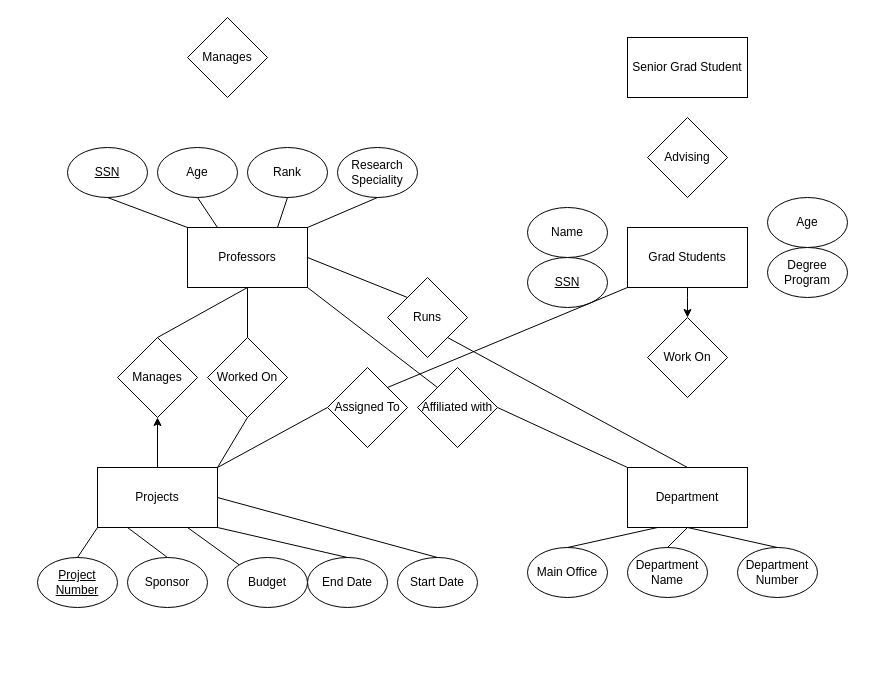
This is homework1.drawio from Swoopi/2022_0s_211, a draw.io file, before an edit. Source tidied: cells renumbered, new cells numbered last; positions are measured from the earlier drawing's top-left corner, leaving out a move shared by most shapes. Both pictures are drawn from the tidied source at 100%, with x=0, y=0 at pixel (37, 17).
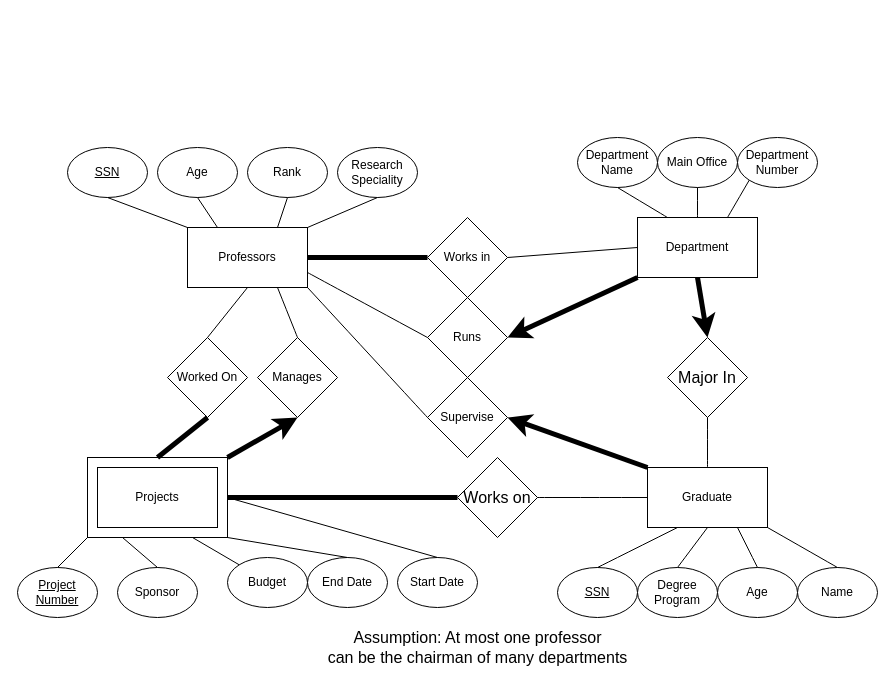
The same diagram, later.

Unchanged cells that the change refers to:
```xml
<mxCell id="2" value="Professors" style="rounded=0;whiteSpace=wrap;html=1;" parent="1" vertex="1">
  <mxGeometry x="150" y="210" width="120" height="60" as="geometry" />
</mxCell>
<mxCell id="3" value="Projects" style="rounded=0;whiteSpace=wrap;html=1;" parent="1" vertex="1">
  <mxGeometry x="60" y="450" width="120" height="60" as="geometry" />
</mxCell>
<mxCell id="20" value="End&amp;nbsp;Date" style="ellipse;whiteSpace=wrap;html=1;" parent="1" vertex="1">
  <mxGeometry x="270" y="540" width="80" height="50" as="geometry" />
</mxCell>
<mxCell id="21" value="Budget" style="ellipse;whiteSpace=wrap;html=1;" parent="1" vertex="1">
  <mxGeometry x="190" y="540" width="80" height="50" as="geometry" />
</mxCell>
<mxCell id="22" value="Start&amp;nbsp;Date" style="ellipse;whiteSpace=wrap;html=1;" parent="1" vertex="1">
  <mxGeometry x="360" y="540" width="80" height="50" as="geometry" />
</mxCell>
```

Diff of the diagram source:
```diff
@@
-    <mxCell id="4" value="Grad Students" style="rounded=0;whiteSpace=wrap;html=1;" parent="1" vertex="1">
-      <mxGeometry x="590" y="210" width="120" height="60" as="geometry" />
-    </mxCell>
-    <mxCell id="5" value="Department" style="rounded=0;whiteSpace=wrap;html=1;" parent="1" vertex="1">
-      <mxGeometry x="590" y="450" width="120" height="60" as="geometry" />
-    </mxCell>
@@
     <mxCell id="14" value="&lt;u&gt;Project Number&lt;/u&gt;" style="ellipse;whiteSpace=wrap;html=1;" parent="1" vertex="1">
-      <mxGeometry y="540" width="80" height="50" as="geometry" />
+      <mxGeometry x="-20" y="550" width="80" height="50" as="geometry" />
     </mxCell>
     <mxCell id="15" value="&lt;u&gt;SSN&lt;/u&gt;" style="ellipse;whiteSpace=wrap;html=1;" parent="1" vertex="1">
-      <mxGeometry x="490" y="240" width="80" height="50" as="geometry" />
+      <mxGeometry x="520" y="550" width="80" height="50" as="geometry" />
     </mxCell>
-    <mxCell id="16" value="Name" style="ellipse;whiteSpace=wrap;html=1;" parent="1" vertex="1">
-      <mxGeometry x="490" y="190" width="80" height="50" as="geometry" />
-    </mxCell>
-    <mxCell id="17" value="Age" style="ellipse;whiteSpace=wrap;html=1;" parent="1" vertex="1">
-      <mxGeometry x="730" y="180" width="80" height="50" as="geometry" />
-    </mxCell>
-    <mxCell id="18" value="Degree Program" style="ellipse;whiteSpace=wrap;html=1;" parent="1" vertex="1">
-      <mxGeometry x="730" y="230" width="80" height="50" as="geometry" />
-    </mxCell>
     <mxCell id="19" value="Sponsor" style="ellipse;whiteSpace=wrap;html=1;" parent="1" vertex="1">
-      <mxGeometry x="90" y="540" width="80" height="50" as="geometry" />
+      <mxGeometry x="80" y="550" width="80" height="50" as="geometry" />
     </mxCell>
@@
     <mxCell id="23" value="Department Number" style="ellipse;whiteSpace=wrap;html=1;" parent="1" vertex="1">
-      <mxGeometry x="700" y="530" width="80" height="50" as="geometry" />
+      <mxGeometry x="700" y="120" width="80" height="50" as="geometry" />
     </mxCell>
     <mxCell id="24" value="Department Name" style="ellipse;whiteSpace=wrap;html=1;" parent="1" vertex="1">
-      <mxGeometry x="590" y="530" width="80" height="50" as="geometry" />
+      <mxGeometry x="540" y="120" width="80" height="50" as="geometry" />
     </mxCell>
     <mxCell id="25" value="Main Office" style="ellipse;whiteSpace=wrap;html=1;" parent="1" vertex="1">
-      <mxGeometry x="490" y="530" width="80" height="50" as="geometry" />
+      <mxGeometry x="620" y="120" width="80" height="50" as="geometry" />
     </mxCell>
-    <mxCell id="26" style="endArrow=none;html=1;rounded=0;entryX=0;entryY=1;entryDx=0;entryDy=0;exitX=0.5;exitY=0;exitDx=0;exitDy=0;" parent="1" edge="1" source="14" target="3">
+    <mxCell id="26" style="endArrow=none;html=1;rounded=0;entryX=0;entryY=1;entryDx=0;entryDy=0;exitX=0.5;exitY=0;exitDx=0;exitDy=0;" parent="1" edge="1" source="14" target="55">
       <mxGeometry relative="1" as="geometry" />
     </mxCell>
-    <mxCell id="27" style="endArrow=none;html=1;rounded=0;entryX=0.25;entryY=1;entryDx=0;entryDy=0;exitX=0.5;exitY=0;exitDx=0;exitDy=0;" parent="1" edge="1" source="19" target="3">
+    <mxCell id="27" style="endArrow=none;html=1;rounded=0;entryX=0.25;entryY=1;entryDx=0;entryDy=0;exitX=0.5;exitY=0;exitDx=0;exitDy=0;" parent="1" edge="1" source="19" target="55">
       <mxGeometry relative="1" as="geometry" />
     </mxCell>
-    <mxCell id="28" style="endArrow=none;html=1;rounded=0;entryX=0.75;entryY=1;entryDx=0;entryDy=0;exitX=0;exitY=0;exitDx=0;exitDy=0;" parent="1" edge="1" source="21" target="3">
+    <mxCell id="28" style="endArrow=none;html=1;rounded=0;entryX=0.75;entryY=1;entryDx=0;entryDy=0;exitX=0;exitY=0;exitDx=0;exitDy=0;" parent="1" edge="1" source="21" target="55">
       <mxGeometry relative="1" as="geometry" />
     </mxCell>
-    <mxCell id="29" style="endArrow=none;html=1;rounded=0;entryX=1;entryY=1;entryDx=0;entryDy=0;exitX=0.5;exitY=0;exitDx=0;exitDy=0;" parent="1" edge="1" source="20" target="3">
+    <mxCell id="29" style="endArrow=none;html=1;rounded=0;entryX=1;entryY=1;entryDx=0;entryDy=0;exitX=0.5;exitY=0;exitDx=0;exitDy=0;" parent="1" edge="1" source="20" target="55">
       <mxGeometry relative="1" as="geometry" />
     </mxCell>
-    <mxCell id="30" style="endArrow=none;html=1;rounded=0;entryX=1;entryY=0.5;entryDx=0;entryDy=0;exitX=0.5;exitY=0;exitDx=0;exitDy=0;" parent="1" edge="1" source="22" target="3">
+    <mxCell id="30" style="endArrow=none;html=1;rounded=0;entryX=1;entryY=0.5;entryDx=0;entryDy=0;exitX=0.5;exitY=0;exitDx=0;exitDy=0;" parent="1" edge="1" source="22" target="55">
       <mxGeometry relative="1" as="geometry" />
     </mxCell>
-    <mxCell id="31" style="endArrow=none;html=1;rounded=0;exitX=0.5;exitY=0;exitDx=0;exitDy=0;" parent="1" edge="1" source="25">
-      <mxGeometry relative="1" as="geometry">
-        <mxPoint x="620" y="510" as="targetPoint" />
-      </mxGeometry>
-    </mxCell>
-    <mxCell id="32" style="endArrow=none;html=1;rounded=0;exitX=0.5;exitY=0;exitDx=0;exitDy=0;entryX=0.5;entryY=1;entryDx=0;entryDy=0;" parent="1" edge="1" source="24" target="5">
-      <mxGeometry relative="1" as="geometry" />
-    </mxCell>
-    <mxCell id="33" style="endArrow=none;html=1;rounded=0;entryX=0.5;entryY=1;entryDx=0;entryDy=0;exitX=0.5;exitY=0;exitDx=0;exitDy=0;" parent="1" edge="1" source="23" target="5">
-      <mxGeometry relative="1" as="geometry" />
-    </mxCell>
-    <mxCell id="34" value="Manages" style="rhombus;whiteSpace=wrap;html=1;" parent="1" vertex="1">
-      <mxGeometry x="80" y="320" width="80" height="80" as="geometry" />
+    <mxCell id="34" value="Supervise" style="rhombus;whiteSpace=wrap;html=1;" parent="1" vertex="1">
+      <mxGeometry x="390" y="360" width="80" height="80" as="geometry" />
     </mxCell>
-    <mxCell id="35" style="endArrow=classic;html=1;rounded=0;exitX=0.5;exitY=0;exitDx=0;exitDy=0;" parent="1" edge="1" source="3">
-      <mxGeometry relative="1" as="geometry">
-        <mxPoint x="120" y="400" as="targetPoint" />
-      </mxGeometry>
-    </mxCell>
-    <mxCell id="36" style="endArrow=none;html=1;rounded=0;entryX=0.5;entryY=1;entryDx=0;entryDy=0;exitX=0.5;exitY=0;exitDx=0;exitDy=0;" parent="1" edge="1" source="34" target="2">
-      <mxGeometry relative="1" as="geometry" />
-    </mxCell>
     <mxCell id="37" value="Worked On" style="rhombus;whiteSpace=wrap;html=1;" parent="1" vertex="1">
-      <mxGeometry x="170" y="320" width="80" height="80" as="geometry" />
+      <mxGeometry x="130" y="320" width="80" height="80" as="geometry" />
     </mxCell>
@@
-    <mxCell id="39" style="endArrow=none;html=1;rounded=0;entryX=0.5;entryY=1;entryDx=0;entryDy=0;" parent="1" edge="1" target="37">
-      <mxGeometry relative="1" as="geometry">
-        <mxPoint x="180" y="450" as="sourcePoint" />
-      </mxGeometry>
+    <mxCell id="39" style="endArrow=none;html=1;rounded=0;entryX=0.5;entryY=1;entryDx=0;entryDy=0;exitX=0.5;exitY=0;exitDx=0;exitDy=0;strokeWidth=5;" parent="1" edge="1" source="55" target="37">
+      <mxGeometry relative="1" as="geometry" />
     </mxCell>
-    <mxCell id="40" value="Work On" style="rhombus;whiteSpace=wrap;html=1;" parent="1" vertex="1">
-      <mxGeometry x="610" y="300" width="80" height="80" as="geometry" />
-    </mxCell>
-    <mxCell id="41" style="endArrow=none;html=1;rounded=0;entryX=1;entryY=1;entryDx=0;entryDy=0;exitX=0.5;exitY=0;exitDx=0;exitDy=0;" parent="1" edge="1" source="5" target="50">
-      <mxGeometry relative="1" as="geometry" />
-    </mxCell>
-    <mxCell id="42" style="endArrow=classic;html=1;rounded=0;entryX=0.5;entryY=0;entryDx=0;entryDy=0;exitX=0.5;exitY=1;exitDx=0;exitDy=0;" parent="1" edge="1" source="4" target="40">
-      <mxGeometry relative="1" as="geometry">
-        <Array as="points">
-          <mxPoint x="650" y="280" />
-        </Array>
-      </mxGeometry>
-    </mxCell>
-    <mxCell id="43" value="Senior Grad Student" style="rounded=0;whiteSpace=wrap;html=1;" parent="1" vertex="1">
-      <mxGeometry x="590" y="20" width="120" height="60" as="geometry" />
-    </mxCell>
-    <mxCell id="44" value="Advising" style="rhombus;whiteSpace=wrap;html=1;" parent="1" vertex="1">
-      <mxGeometry x="610" y="100" width="80" height="80" as="geometry" />
-    </mxCell>
-    <mxCell id="45" value="Affiliated with" style="rhombus;whiteSpace=wrap;html=1;" parent="1" vertex="1">
-      <mxGeometry x="380" y="350" width="80" height="80" as="geometry" />
+    <mxCell id="45" value="Runs" style="rhombus;whiteSpace=wrap;html=1;" parent="1" vertex="1">
+      <mxGeometry x="390" y="280" width="80" height="80" as="geometry" />
     </mxCell>
-    <mxCell id="46" style="endArrow=none;html=1;rounded=0;entryX=0;entryY=1;entryDx=0;entryDy=0;exitX=1;exitY=0;exitDx=0;exitDy=0;" parent="1" edge="1" source="48" target="4">
-      <mxGeometry relative="1" as="geometry" />
-    </mxCell>
-    <mxCell id="47" style="endArrow=none;html=1;rounded=0;entryX=1;entryY=0;entryDx=0;entryDy=0;exitX=0;exitY=0.5;exitDx=0;exitDy=0;" parent="1" edge="1" source="48" target="3">
-      <mxGeometry relative="1" as="geometry" />
-    </mxCell>
-    <mxCell id="48" value="Assigned To" style="rhombus;whiteSpace=wrap;html=1;" parent="1" vertex="1">
-      <mxGeometry x="290" y="350" width="80" height="80" as="geometry" />
+    <mxCell id="48" value="Manages" style="rhombus;whiteSpace=wrap;html=1;" parent="1" vertex="1">
+      <mxGeometry x="220" y="320" width="80" height="80" as="geometry" />
     </mxCell>
-    <mxCell id="49" value="Manages" style="rhombus;whiteSpace=wrap;html=1;" parent="1" vertex="1">
-      <mxGeometry x="150" width="80" height="80" as="geometry" />
-    </mxCell>
-    <mxCell id="50" value="Runs" style="rhombus;whiteSpace=wrap;html=1;" parent="1" vertex="1">
-      <mxGeometry x="350" y="260" width="80" height="80" as="geometry" />
+    <mxCell id="50" value="Works in" style="rhombus;whiteSpace=wrap;html=1;" parent="1" vertex="1">
+      <mxGeometry x="390" y="200" width="80" height="80" as="geometry" />
     </mxCell>
-    <mxCell id="51" style="endArrow=none;html=1;rounded=0;entryX=0;entryY=0;entryDx=0;entryDy=0;exitX=1;exitY=0.5;exitDx=0;exitDy=0;" parent="1" edge="1" source="2" target="50">
+    <mxCell id="51" style="endArrow=none;html=1;rounded=0;entryX=0;entryY=0.5;entryDx=0;entryDy=0;exitX=1;exitY=0.5;exitDx=0;exitDy=0;strokeWidth=5;" parent="1" edge="1" source="2" target="50">
       <mxGeometry relative="1" as="geometry" />
     </mxCell>
+    <mxCell id="5" value="Department" style="rounded=0;whiteSpace=wrap;html=1;" parent="1" vertex="1">
+      <mxGeometry x="600" y="200" width="120" height="60" as="geometry" />
+    </mxCell>
+    <mxCell id="54" style="endArrow=none;html=1;rounded=0;exitX=1;exitY=0.5;exitDx=0;exitDy=0;entryX=0;entryY=0.5;entryDx=0;entryDy=0;" parent="1" edge="1" source="50" target="5">
+      <mxGeometry relative="1" as="geometry" />
+    </mxCell>
+    <mxCell id="36" style="endArrow=none;html=1;rounded=0;fontSize=12;startSize=8;endSize=8;curved=1;entryX=1;entryY=1;entryDx=0;entryDy=0;exitX=0;exitY=0.5;exitDx=0;exitDy=0;" parent="1" edge="1" source="34" target="2">
+      <mxGeometry relative="1" as="geometry" />
+    </mxCell>
+    <mxCell id="55" value="&lt;br&gt;" style="rounded=0;whiteSpace=wrap;html=1;fillColor=none;" parent="1" vertex="1">
+      <mxGeometry x="50" y="440" width="140" height="80" as="geometry" />
+    </mxCell>
+    <mxCell id="56" style="endArrow=classic;html=1;rounded=0;fontSize=12;startSize=8;endSize=8;curved=1;exitX=1;exitY=0;exitDx=0;exitDy=0;entryX=0.5;entryY=1;entryDx=0;entryDy=0;strokeWidth=5;" parent="1" edge="1" source="55" target="48">
+      <mxGeometry relative="1" as="geometry" />
+    </mxCell>
+    <mxCell id="57" style="endArrow=none;html=1;rounded=0;entryX=1;entryY=0.5;entryDx=0;entryDy=0;strokeWidth=5;" parent="1" edge="1" target="55">
+      <mxGeometry relative="1" as="geometry">
+        <mxPoint x="420" y="480" as="sourcePoint" />
+      </mxGeometry>
+    </mxCell>
+    <mxCell id="58" value="Works on" style="rhombus;whiteSpace=wrap;html=1;fontSize=16;" parent="1" vertex="1">
+      <mxGeometry x="420" y="440" width="80" height="80" as="geometry" />
+    </mxCell>
+    <mxCell id="59" style="endArrow=none;html=1;rounded=0;fontSize=12;startSize=8;endSize=8;curved=1;exitX=1;exitY=0.5;exitDx=0;exitDy=0;" parent="1" edge="1" source="58">
+      <mxGeometry relative="1" as="geometry">
+        <mxPoint x="610" y="480" as="targetPoint" />
+      </mxGeometry>
+    </mxCell>
+    <mxCell id="60" value="Graduate" style="rounded=0;whiteSpace=wrap;html=1;" parent="1" vertex="1">
+      <mxGeometry x="610" y="450" width="120" height="60" as="geometry" />
+    </mxCell>
+    <mxCell id="61" value="Major In" style="rhombus;whiteSpace=wrap;html=1;fontSize=16;" parent="1" vertex="1">
+      <mxGeometry x="630" y="320" width="80" height="80" as="geometry" />
+    </mxCell>
+    <mxCell id="62" style="endArrow=classic;html=1;rounded=0;fontSize=12;startSize=8;endSize=8;curved=1;exitX=0.5;exitY=1;exitDx=0;exitDy=0;entryX=0.5;entryY=0;entryDx=0;entryDy=0;strokeWidth=5;" parent="1" edge="1" source="5" target="61">
+      <mxGeometry relative="1" as="geometry" />
+    </mxCell>
+    <mxCell id="63" style="endArrow=none;html=1;rounded=0;fontSize=12;startSize=8;endSize=8;curved=1;exitX=0.5;exitY=0;exitDx=0;exitDy=0;entryX=0.5;entryY=1;entryDx=0;entryDy=0;" parent="1" edge="1" source="60" target="61">
+      <mxGeometry relative="1" as="geometry" />
+    </mxCell>
+    <mxCell id="18" value="Degree Program" style="ellipse;whiteSpace=wrap;html=1;" parent="1" vertex="1">
+      <mxGeometry x="600" y="550" width="80" height="50" as="geometry" />
+    </mxCell>
+    <mxCell id="17" value="Age" style="ellipse;whiteSpace=wrap;html=1;" parent="1" vertex="1">
+      <mxGeometry x="680" y="550" width="80" height="50" as="geometry" />
+    </mxCell>
+    <mxCell id="16" value="Name" style="ellipse;whiteSpace=wrap;html=1;" parent="1" vertex="1">
+      <mxGeometry x="760" y="550" width="80" height="50" as="geometry" />
+    </mxCell>
+    <mxCell id="64" style="endArrow=none;html=1;rounded=0;fontSize=12;startSize=8;endSize=8;curved=1;entryX=0.25;entryY=1;entryDx=0;entryDy=0;exitX=0.5;exitY=0;exitDx=0;exitDy=0;" parent="1" edge="1" source="15" target="60">
+      <mxGeometry relative="1" as="geometry" />
+    </mxCell>
+    <mxCell id="65" style="endArrow=none;html=1;rounded=0;fontSize=12;startSize=8;endSize=8;curved=1;entryX=0.5;entryY=1;entryDx=0;entryDy=0;exitX=0.5;exitY=0;exitDx=0;exitDy=0;" parent="1" edge="1" source="18" target="60">
+      <mxGeometry relative="1" as="geometry" />
+    </mxCell>
+    <mxCell id="66" style="endArrow=none;html=1;rounded=0;fontSize=12;startSize=8;endSize=8;curved=1;entryX=0.75;entryY=1;entryDx=0;entryDy=0;exitX=0.5;exitY=0;exitDx=0;exitDy=0;" parent="1" edge="1" source="17" target="60">
+      <mxGeometry relative="1" as="geometry" />
+    </mxCell>
+    <mxCell id="67" style="endArrow=none;html=1;rounded=0;fontSize=12;startSize=8;endSize=8;curved=1;entryX=1;entryY=1;entryDx=0;entryDy=0;exitX=0.5;exitY=0;exitDx=0;exitDy=0;" parent="1" edge="1" source="16" target="60">
+      <mxGeometry relative="1" as="geometry" />
+    </mxCell>
+    <mxCell id="68" style="endArrow=none;html=1;rounded=0;fontSize=12;startSize=8;endSize=8;curved=1;entryX=0.5;entryY=1;entryDx=0;entryDy=0;exitX=0.25;exitY=0;exitDx=0;exitDy=0;" parent="1" edge="1" source="5" target="24">
+      <mxGeometry relative="1" as="geometry" />
+    </mxCell>
+    <mxCell id="69" style="endArrow=none;html=1;rounded=0;fontSize=12;startSize=8;endSize=8;curved=1;entryX=0.5;entryY=1;entryDx=0;entryDy=0;exitX=0.5;exitY=0;exitDx=0;exitDy=0;" parent="1" edge="1" source="5" target="25">
+      <mxGeometry relative="1" as="geometry" />
+    </mxCell>
+    <mxCell id="70" style="endArrow=none;html=1;rounded=0;fontSize=12;startSize=8;endSize=8;curved=1;entryX=0;entryY=1;entryDx=0;entryDy=0;exitX=0.75;exitY=0;exitDx=0;exitDy=0;" parent="1" edge="1" source="5" target="23">
+      <mxGeometry relative="1" as="geometry" />
+    </mxCell>
+    <mxCell id="71" value="Assumption: At most one professor &lt;br&gt;can be the chairman of many departments" style="text;html=1;align=center;verticalAlign=middle;strokeColor=none;fillColor=none;fontSize=16;" parent="1" vertex="1">
+      <mxGeometry x="280" y="605" width="320" height="50" as="geometry" />
+    </mxCell>
+    <mxCell id="53" style="endArrow=none;html=1;rounded=0;fontSize=12;startSize=8;endSize=8;curved=1;exitX=1;exitY=0.75;exitDx=0;exitDy=0;entryX=0;entryY=0.5;entryDx=0;entryDy=0;" parent="1" edge="1" source="2" target="45">
+      <mxGeometry relative="1" as="geometry" />
+    </mxCell>
-    <mxCell id="52" style="endArrow=none;html=1;rounded=0;entryX=1;entryY=0.5;entryDx=0;entryDy=0;exitX=0;exitY=0;exitDx=0;exitDy=0;" parent="1" edge="1" source="5" target="45">
+    <mxCell id="52" style="endArrow=classic;html=1;rounded=0;fontSize=12;startSize=8;endSize=8;curved=1;entryX=1;entryY=0.5;entryDx=0;entryDy=0;exitX=0;exitY=1;exitDx=0;exitDy=0;strokeWidth=5;" parent="1" edge="1" source="5" target="45">
       <mxGeometry relative="1" as="geometry" />
     </mxCell>
-    <mxCell id="53" style="endArrow=none;html=1;rounded=0;entryX=0;entryY=0;entryDx=0;entryDy=0;exitX=1;exitY=1;exitDx=0;exitDy=0;" parent="1" edge="1" source="2" target="45">
-      <mxGeometry relative="1" as="geometry" />
-    </mxCell>
+    <mxCell id="72" style="endArrow=classic;html=1;rounded=0;fontSize=12;startSize=8;endSize=8;curved=1;entryX=1;entryY=0.5;entryDx=0;entryDy=0;exitX=0;exitY=0;exitDx=0;exitDy=0;strokeWidth=5;" parent="1" edge="1" source="60" target="34">
+      <mxGeometry relative="1" as="geometry" />
+    </mxCell>
+    <mxCell id="73" style="endArrow=none;html=1;rounded=0;fontSize=12;startSize=8;endSize=8;curved=1;entryX=0.75;entryY=1;entryDx=0;entryDy=0;exitX=0.5;exitY=0;exitDx=0;exitDy=0;" parent="1" edge="1" source="48" target="2">
+      <mxGeometry relative="1" as="geometry" />
+    </mxCell>
```
